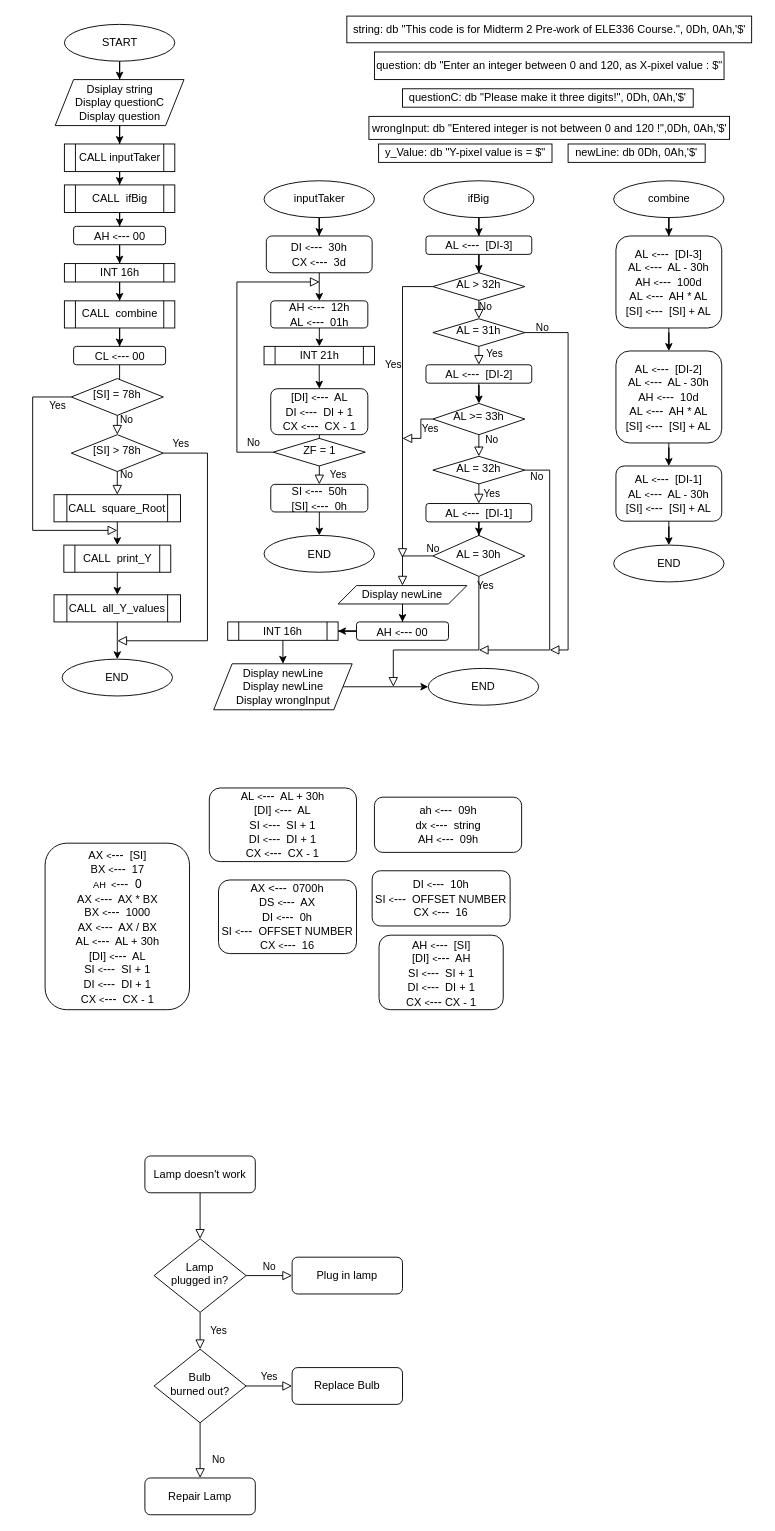
The draw.io diagram micro_mt2_1.drawio in mmuurraatt/My-Projects-On-Github, before the edit. Source tidied: cells renumbered, new cells numbered last; positions are measured from the earlier drawing's top-left corner, leaving out a move shared by most shapes. Both pictures are drawn from the tidied source at 92%, with x=0, y=0 at pixel (32, 16).
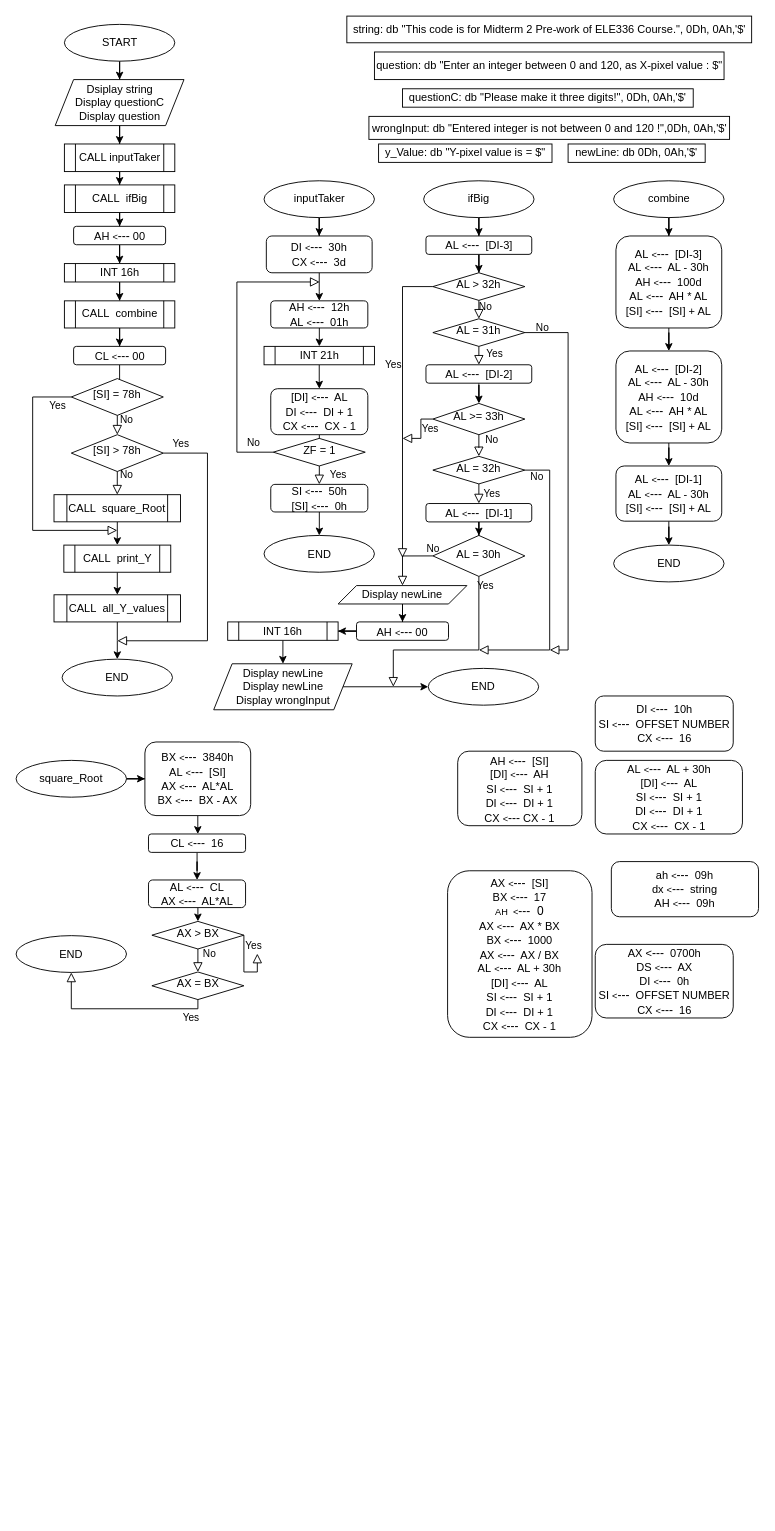
The same page after the edit.

The edit, as a diff of the source:
```diff
@@
-    <mxCell id="2" style="rounded=0;html=1;jettySize=auto;fontSize=11;endArrow=block;endFill=0;endSize=8;strokeWidth=1;shadow=0;labelBackgroundColor=none;edgeStyle=orthogonalEdgeStyle;" parent="1" edge="1" source="3" target="6">
-      <mxGeometry relative="1" as="geometry" />
-    </mxCell>
-    <mxCell id="3" value="Lamp doesn't work" style="rounded=1;whiteSpace=wrap;html=1;fontSize=12;glass=0;strokeWidth=1;shadow=0;" parent="1" vertex="1">
-      <mxGeometry x="122" y="1239" width="120" height="40" as="geometry" />
-    </mxCell>
-    <mxCell id="4" value="Yes" style="rounded=0;html=1;jettySize=auto;fontSize=11;endArrow=block;endFill=0;endSize=8;strokeWidth=1;shadow=0;labelBackgroundColor=none;edgeStyle=orthogonalEdgeStyle;" parent="1" edge="1" source="6" target="10">
-      <mxGeometry y="20" relative="1" as="geometry" />
-    </mxCell>
-    <mxCell id="5" value="No" style="edgeStyle=orthogonalEdgeStyle;rounded=0;html=1;jettySize=auto;fontSize=11;endArrow=block;endFill=0;endSize=8;strokeWidth=1;shadow=0;labelBackgroundColor=none;" parent="1" edge="1" source="6" target="7">
-      <mxGeometry y="10" relative="1" as="geometry" />
-    </mxCell>
-    <mxCell id="6" value="Lamp&lt;br&gt;plugged in?" style="rhombus;whiteSpace=wrap;html=1;shadow=0;fontFamily=Helvetica;fontSize=12;align=center;strokeWidth=1;spacing=6;spacingTop=-4;" parent="1" vertex="1">
-      <mxGeometry x="132" y="1329" width="100" height="80" as="geometry" />
-    </mxCell>
-    <mxCell id="7" value="Plug in lamp" style="rounded=1;whiteSpace=wrap;html=1;fontSize=12;glass=0;strokeWidth=1;shadow=0;" parent="1" vertex="1">
-      <mxGeometry x="282" y="1349" width="120" height="40" as="geometry" />
-    </mxCell>
-    <mxCell id="8" value="No" style="rounded=0;html=1;jettySize=auto;fontSize=11;endArrow=block;endFill=0;endSize=8;strokeWidth=1;shadow=0;labelBackgroundColor=none;edgeStyle=orthogonalEdgeStyle;" parent="1" edge="1" source="10" target="11">
-      <mxGeometry x="0.33" y="20" relative="1" as="geometry" />
-    </mxCell>
-    <mxCell id="9" value="Yes" style="edgeStyle=orthogonalEdgeStyle;rounded=0;html=1;jettySize=auto;fontSize=11;endArrow=block;endFill=0;endSize=8;strokeWidth=1;shadow=0;labelBackgroundColor=none;" parent="1" edge="1" source="10" target="12">
-      <mxGeometry y="10" relative="1" as="geometry" />
-    </mxCell>
-    <mxCell id="10" value="Bulb&lt;br&gt;burned out?" style="rhombus;whiteSpace=wrap;html=1;shadow=0;fontFamily=Helvetica;fontSize=12;align=center;strokeWidth=1;spacing=6;spacingTop=-4;" parent="1" vertex="1">
-      <mxGeometry x="132" y="1449" width="100" height="80" as="geometry" />
-    </mxCell>
-    <mxCell id="11" value="Repair Lamp" style="rounded=1;whiteSpace=wrap;html=1;fontSize=12;glass=0;strokeWidth=1;shadow=0;" parent="1" vertex="1">
-      <mxGeometry x="122" y="1589" width="120" height="40" as="geometry" />
-    </mxCell>
-    <mxCell id="12" value="Replace Bulb" style="rounded=1;whiteSpace=wrap;html=1;fontSize=12;glass=0;strokeWidth=1;shadow=0;" parent="1" vertex="1">
-      <mxGeometry x="282" y="1469" width="120" height="40" as="geometry" />
-    </mxCell>
     <mxCell id="13" value="AX &lt;font&gt;&lt;font style=&quot;font-size: 12px&quot;&gt;&amp;lt;&lt;/font&gt;&lt;span style=&quot;font-size: 13px&quot;&gt;---&lt;/span&gt;&lt;/font&gt;&amp;nbsp; 0700h&lt;br&gt;DS&amp;nbsp;&lt;font style=&quot;font-size: 10px&quot;&gt;&amp;lt;&lt;/font&gt;&lt;font style=&quot;font-size: 13px&quot;&gt;---&lt;/font&gt;&amp;nbsp; AX&lt;br&gt;DI&amp;nbsp;&lt;font style=&quot;font-size: 10px&quot;&gt;&amp;lt;&lt;/font&gt;&lt;font style=&quot;font-size: 13px&quot;&gt;---&lt;/font&gt;&amp;nbsp; 0h&lt;br&gt;SI&amp;nbsp;&lt;font style=&quot;font-size: 10px&quot;&gt;&amp;lt;&lt;/font&gt;&lt;font style=&quot;font-size: 13px&quot;&gt;---&lt;/font&gt;&amp;nbsp; OFFSET NUMBER&lt;br&gt;CX&amp;nbsp;&lt;font style=&quot;font-size: 10px&quot;&gt;&amp;lt;&lt;/font&gt;&lt;font style=&quot;font-size: 13px&quot;&gt;---&lt;/font&gt;&amp;nbsp; 16" style="rounded=1;whiteSpace=wrap;html=1;fontSize=12;glass=0;strokeWidth=1;shadow=0;" parent="1" vertex="1">
-      <mxGeometry x="202" y="939" width="150" height="80" as="geometry" />
+      <mxGeometry x="611.5" y="1009" width="150" height="80" as="geometry" />
     </mxCell>
@@
     <mxCell id="17" value="&lt;span&gt;ah&amp;nbsp;&lt;/span&gt;&lt;font style=&quot;font-size: 10px&quot;&gt;&amp;lt;&lt;/font&gt;&lt;font style=&quot;font-size: 13px&quot;&gt;---&lt;/font&gt;&lt;span&gt;&amp;nbsp; 09h&lt;/span&gt;&lt;br&gt;&lt;span&gt;dx&amp;nbsp;&lt;/span&gt;&lt;font style=&quot;font-size: 10px&quot;&gt;&amp;lt;&lt;/font&gt;&lt;font style=&quot;font-size: 13px&quot;&gt;---&lt;/font&gt;&lt;span&gt;&amp;nbsp; string&lt;/span&gt;&lt;br&gt;&lt;span&gt;AH&amp;nbsp;&lt;/span&gt;&lt;font style=&quot;font-size: 10px&quot;&gt;&amp;lt;&lt;/font&gt;&lt;font style=&quot;font-size: 13px&quot;&gt;---&lt;/font&gt;&lt;span&gt;&amp;nbsp; 09h&lt;/span&gt;" style="rounded=1;whiteSpace=wrap;html=1;fontSize=12;glass=0;strokeWidth=1;shadow=0;" parent="1" vertex="1">
-      <mxGeometry x="371.5" y="849" width="160" height="60" as="geometry" />
+      <mxGeometry x="629" y="919" width="160" height="60" as="geometry" />
     </mxCell>
     <mxCell id="18" value="AH&amp;nbsp;&lt;font style=&quot;font-size: 10px&quot;&gt;&amp;lt;&lt;/font&gt;&lt;font style=&quot;font-size: 13px&quot;&gt;---&lt;/font&gt;&amp;nbsp; [SI]&lt;br&gt;[DI]&amp;nbsp;&lt;font style=&quot;font-size: 10px&quot;&gt;&amp;lt;&lt;/font&gt;&lt;font style=&quot;font-size: 13px&quot;&gt;---&lt;/font&gt;&amp;nbsp; AH&lt;br&gt;SI&amp;nbsp;&lt;font style=&quot;font-size: 10px&quot;&gt;&amp;lt;&lt;/font&gt;&lt;font style=&quot;font-size: 13px&quot;&gt;---&lt;/font&gt;&amp;nbsp; SI + 1&lt;br&gt;DI&amp;nbsp;&lt;font style=&quot;font-size: 10px&quot;&gt;&amp;lt;&lt;/font&gt;&lt;font style=&quot;font-size: 13px&quot;&gt;---&lt;/font&gt;&amp;nbsp; DI + 1&lt;br&gt;CX&amp;nbsp;&lt;font style=&quot;font-size: 10px&quot;&gt;&amp;lt;&lt;/font&gt;&lt;font style=&quot;font-size: 13px&quot;&gt;---&lt;/font&gt;&amp;nbsp;CX - 1" style="rounded=1;whiteSpace=wrap;html=1;fontSize=12;glass=0;strokeWidth=1;shadow=0;" parent="1" vertex="1">
-      <mxGeometry x="376.5" y="999" width="135" height="81" as="geometry" />
+      <mxGeometry x="462" y="799" width="135" height="81" as="geometry" />
     </mxCell>
     <mxCell id="19" value="DI&amp;nbsp;&lt;font style=&quot;font-size: 10px&quot;&gt;&amp;lt;&lt;/font&gt;&lt;font style=&quot;font-size: 13px&quot;&gt;---&lt;/font&gt;&amp;nbsp; 10h&lt;br&gt;SI&amp;nbsp;&lt;font style=&quot;font-size: 10px&quot;&gt;&amp;lt;&lt;/font&gt;&lt;font style=&quot;font-size: 13px&quot;&gt;---&lt;/font&gt;&amp;nbsp; OFFSET NUMBER&lt;br&gt;CX&amp;nbsp;&lt;font style=&quot;font-size: 10px&quot;&gt;&amp;lt;&lt;/font&gt;&lt;font style=&quot;font-size: 13px&quot;&gt;---&lt;/font&gt;&amp;nbsp; 16" style="rounded=1;whiteSpace=wrap;html=1;fontSize=12;glass=0;strokeWidth=1;shadow=0;" parent="1" vertex="1">
-      <mxGeometry x="369" y="929" width="150" height="60" as="geometry" />
+      <mxGeometry x="611.5" y="739" width="150" height="60" as="geometry" />
     </mxCell>
@@
     <mxCell id="21" value="AX&amp;nbsp;&lt;font style=&quot;font-size: 10px&quot;&gt;&amp;lt;&lt;/font&gt;&lt;font style=&quot;font-size: 13px&quot;&gt;---&lt;/font&gt;&amp;nbsp; [SI]&lt;br&gt;BX&amp;nbsp;&lt;font style=&quot;font-size: 10px&quot;&gt;&amp;lt;&lt;/font&gt;&lt;font style=&quot;font-size: 13px&quot;&gt;---&lt;/font&gt;&amp;nbsp; 17&lt;br&gt;&lt;font style=&quot;font-size: 10px&quot;&gt;AH&amp;nbsp; &amp;lt;&lt;/font&gt;&lt;font style=&quot;font-size: 13px&quot;&gt;---&amp;nbsp; 0&lt;/font&gt;&lt;br&gt;AX&amp;nbsp;&lt;font style=&quot;font-size: 10px&quot;&gt;&amp;lt;&lt;/font&gt;&lt;font style=&quot;font-size: 13px&quot;&gt;---&lt;/font&gt;&amp;nbsp; AX * BX&lt;br&gt;BX&amp;nbsp;&lt;font style=&quot;font-size: 10px&quot;&gt;&amp;lt;&lt;/font&gt;&lt;font style=&quot;font-size: 13px&quot;&gt;---&lt;/font&gt;&amp;nbsp; 1000&lt;br&gt;AX&amp;nbsp;&lt;font style=&quot;font-size: 10px&quot;&gt;&amp;lt;&lt;/font&gt;&lt;font style=&quot;font-size: 13px&quot;&gt;---&lt;/font&gt;&amp;nbsp; AX / BX&lt;br&gt;AL&amp;nbsp;&lt;font style=&quot;font-size: 10px&quot;&gt;&amp;lt;&lt;/font&gt;&lt;font style=&quot;font-size: 13px&quot;&gt;---&lt;/font&gt;&amp;nbsp; AL + 30h&lt;br&gt;[DI]&amp;nbsp;&lt;font style=&quot;font-size: 10px&quot;&gt;&amp;lt;&lt;/font&gt;&lt;font style=&quot;font-size: 13px&quot;&gt;---&lt;/font&gt;&amp;nbsp; AL&lt;br&gt;SI&amp;nbsp;&lt;font style=&quot;font-size: 10px&quot;&gt;&amp;lt;&lt;/font&gt;&lt;font style=&quot;font-size: 13px&quot;&gt;---&lt;/font&gt;&amp;nbsp; SI + 1&lt;br&gt;DI&amp;nbsp;&lt;font style=&quot;font-size: 10px&quot;&gt;&amp;lt;&lt;/font&gt;&lt;font style=&quot;font-size: 13px&quot;&gt;---&lt;/font&gt;&amp;nbsp; DI + 1&lt;br&gt;CX&amp;nbsp;&lt;font style=&quot;font-size: 10px&quot;&gt;&amp;lt;&lt;/font&gt;&lt;font style=&quot;font-size: 13px&quot;&gt;---&lt;/font&gt;&amp;nbsp; CX - 1" style="rounded=1;whiteSpace=wrap;html=1;fontSize=12;glass=0;strokeWidth=1;shadow=0;" parent="1" vertex="1">
-      <mxGeometry x="13.5" y="899" width="157" height="181" as="geometry" />
+      <mxGeometry x="451" y="929" width="157" height="181" as="geometry" />
     </mxCell>
     <mxCell id="22" value="&lt;span style=&quot;font-size: 12px&quot;&gt;AL&amp;nbsp;&lt;/span&gt;&lt;font style=&quot;font-size: 10px&quot;&gt;&amp;lt;&lt;/font&gt;&lt;font&gt;---&lt;/font&gt;&lt;span style=&quot;font-size: 12px&quot;&gt;&amp;nbsp; AL + 30h&lt;/span&gt;&lt;br style=&quot;font-size: 12px&quot;&gt;&lt;span style=&quot;font-size: 12px&quot;&gt;[DI]&amp;nbsp;&lt;/span&gt;&lt;font style=&quot;font-size: 10px&quot;&gt;&amp;lt;&lt;/font&gt;&lt;font&gt;---&lt;/font&gt;&lt;span style=&quot;font-size: 12px&quot;&gt;&amp;nbsp; AL&lt;/span&gt;&lt;br style=&quot;font-size: 12px&quot;&gt;&lt;span style=&quot;font-size: 12px&quot;&gt;SI&amp;nbsp;&lt;/span&gt;&lt;font style=&quot;font-size: 10px&quot;&gt;&amp;lt;&lt;/font&gt;&lt;font&gt;---&lt;/font&gt;&lt;span style=&quot;font-size: 12px&quot;&gt;&amp;nbsp; SI + 1&lt;/span&gt;&lt;br style=&quot;font-size: 12px&quot;&gt;&lt;span style=&quot;font-size: 12px&quot;&gt;DI&amp;nbsp;&lt;/span&gt;&lt;font style=&quot;font-size: 10px&quot;&gt;&amp;lt;&lt;/font&gt;&lt;font&gt;---&lt;/font&gt;&lt;span style=&quot;font-size: 12px&quot;&gt;&amp;nbsp; DI + 1&lt;/span&gt;&lt;br style=&quot;font-size: 12px&quot;&gt;&lt;span style=&quot;font-size: 12px&quot;&gt;CX&amp;nbsp;&lt;/span&gt;&lt;font style=&quot;font-size: 10px&quot;&gt;&amp;lt;&lt;/font&gt;&lt;font&gt;---&lt;/font&gt;&lt;span style=&quot;font-size: 12px&quot;&gt;&amp;nbsp; CX - 1&lt;/span&gt;" style="rounded=1;whiteSpace=wrap;html=1;fontSize=13;" parent="1" vertex="1">
-      <mxGeometry x="192" y="839" width="160" height="80" as="geometry" />
+      <mxGeometry x="611.5" y="809" width="160" height="80" as="geometry" />
     </mxCell>
@@
+    <mxCell id="113" style="edgeStyle=orthogonalEdgeStyle;rounded=0;jettySize=auto;html=1;" parent="1" edge="1" source="114" target="116">
+      <mxGeometry relative="1" as="geometry" />
+    </mxCell>
+    <mxCell id="114" value="square_Root" style="ellipse;whiteSpace=wrap;html=1;" parent="1" vertex="1">
+      <mxGeometry x="-18" y="809" width="120" height="40" as="geometry" />
+    </mxCell>
+    <mxCell id="115" style="edgeStyle=orthogonalEdgeStyle;rounded=0;jettySize=auto;html=1;" parent="1" edge="1" source="116" target="118">
+      <mxGeometry relative="1" as="geometry" />
+    </mxCell>
+    <mxCell id="116" value="BX&amp;nbsp;&lt;font style=&quot;font-size: 10px&quot;&gt;&amp;lt;&lt;/font&gt;&lt;font style=&quot;font-size: 13px&quot;&gt;---&lt;/font&gt;&amp;nbsp; 3840h&lt;br&gt;AL&amp;nbsp;&lt;font style=&quot;font-size: 10px&quot;&gt;&amp;lt;&lt;/font&gt;&lt;font style=&quot;font-size: 13px&quot;&gt;---&lt;/font&gt;&amp;nbsp; [SI]&lt;br&gt;AX&amp;nbsp;&lt;font style=&quot;font-size: 10px&quot;&gt;&amp;lt;&lt;/font&gt;&lt;font style=&quot;font-size: 13px&quot;&gt;---&lt;/font&gt;&amp;nbsp; AL*AL&lt;br&gt;BX&amp;nbsp;&lt;font style=&quot;font-size: 10px&quot;&gt;&amp;lt;&lt;/font&gt;&lt;font style=&quot;font-size: 13px&quot;&gt;---&lt;/font&gt;&amp;nbsp; BX - AX" style="rounded=1;whiteSpace=wrap;html=1;fontSize=12;glass=0;strokeWidth=1;shadow=0;" parent="1" vertex="1">
+      <mxGeometry x="122" y="789" width="115" height="80" as="geometry" />
+    </mxCell>
+    <mxCell id="117" style="edgeStyle=orthogonalEdgeStyle;rounded=0;jettySize=auto;html=1;" parent="1" edge="1" source="118" target="123">
+      <mxGeometry relative="1" as="geometry" />
+    </mxCell>
+    <mxCell id="118" value="CL&amp;nbsp;&lt;font style=&quot;font-size: 10px&quot;&gt;&amp;lt;&lt;/font&gt;&lt;font style=&quot;font-size: 13px&quot;&gt;---&lt;/font&gt;&amp;nbsp; 16&lt;br&gt;" style="rounded=1;whiteSpace=wrap;html=1;fontSize=12;glass=0;strokeWidth=1;shadow=0;" parent="1" vertex="1">
+      <mxGeometry x="125.9" y="889" width="105.5" height="20" as="geometry" />
+    </mxCell>
+    <mxCell id="119" value="AX &amp;gt; BX" style="rhombus;whiteSpace=wrap;html=1;shadow=0;fontFamily=Helvetica;fontSize=12;align=center;strokeWidth=1;spacing=6;spacingTop=-4;" parent="1" vertex="1">
+      <mxGeometry x="129.6" y="984" width="100" height="30" as="geometry" />
+    </mxCell>
+    <mxCell id="120" value="No" style="rounded=0;html=1;jettySize=auto;fontSize=11;endArrow=block;endFill=0;endSize=8;strokeWidth=1;shadow=0;labelBackgroundColor=none;edgeStyle=orthogonalEdgeStyle;exitX=0.5;exitY=1;exitDx=0;exitDy=0;entryX=0.5;entryY=0;entryDx=0;entryDy=0;" parent="1" edge="1" source="119" target="124">
+      <mxGeometry x="-0.6" y="12" relative="1" as="geometry">
+        <Array as="points">
+          <mxPoint x="179.4" y="1029" />
+          <mxPoint x="179.4" y="1029" />
+        </Array>
+      </mxGeometry>
+    </mxCell>
+    <mxCell id="121" value="END" style="ellipse;whiteSpace=wrap;html=1;" parent="1" vertex="1">
+      <mxGeometry x="-18" y="999.5" width="120" height="40" as="geometry" />
+    </mxCell>
+    <mxCell id="122" style="edgeStyle=orthogonalEdgeStyle;rounded=0;jettySize=auto;html=1;entryX=0.5;entryY=0;entryDx=0;entryDy=0;" parent="1" edge="1" source="123" target="119">
+      <mxGeometry relative="1" as="geometry">
+        <Array as="points">
+          <mxPoint x="178.4" y="984" />
+        </Array>
+      </mxGeometry>
+    </mxCell>
+    <mxCell id="123" value="AL&amp;nbsp;&lt;font style=&quot;font-size: 10px&quot;&gt;&amp;lt;&lt;/font&gt;&lt;font style=&quot;font-size: 13px&quot;&gt;---&lt;/font&gt;&amp;nbsp; CL&lt;br&gt;AX&amp;nbsp;&lt;font style=&quot;font-size: 10px&quot;&gt;&amp;lt;&lt;/font&gt;&lt;font style=&quot;font-size: 13px&quot;&gt;---&lt;/font&gt;&amp;nbsp; AL*AL" style="rounded=1;whiteSpace=wrap;html=1;fontSize=12;glass=0;strokeWidth=1;shadow=0;" parent="1" vertex="1">
+      <mxGeometry x="125.9" y="939" width="105.5" height="30" as="geometry" />
+    </mxCell>
+    <mxCell id="124" value="AX = BX" style="rhombus;whiteSpace=wrap;html=1;shadow=0;fontFamily=Helvetica;fontSize=12;align=center;strokeWidth=1;spacing=6;spacingTop=-4;" parent="1" vertex="1">
+      <mxGeometry x="129.6" y="1039" width="100" height="30" as="geometry" />
+    </mxCell>
+    <mxCell id="125" value="Yes" style="rounded=0;html=1;jettySize=auto;fontSize=11;endArrow=block;endFill=0;endSize=8;strokeWidth=1;shadow=0;labelBackgroundColor=none;edgeStyle=orthogonalEdgeStyle;exitX=1;exitY=0.5;exitDx=0;exitDy=0;" parent="1" edge="1" source="119">
+      <mxGeometry x="-0.67" y="10" relative="1" as="geometry">
+        <mxPoint x="244.2" y="1019" as="targetPoint" />
+        <Array as="points">
+          <mxPoint x="244.2" y="1039" />
+        </Array>
+      </mxGeometry>
+    </mxCell>
+    <mxCell id="126" value="Yes" style="rounded=0;html=1;jettySize=auto;fontSize=11;endArrow=block;endFill=0;endSize=8;strokeWidth=1;shadow=0;labelBackgroundColor=none;edgeStyle=orthogonalEdgeStyle;exitX=0.5;exitY=1;exitDx=0;exitDy=0;entryX=0.5;entryY=1;entryDx=0;entryDy=0;" parent="1" edge="1" source="124" target="121">
+      <mxGeometry x="-0.81" y="10" relative="1" as="geometry">
+        <Array as="points">
+          <mxPoint x="180" y="1079" />
+          <mxPoint x="42" y="1079" />
+        </Array>
+      </mxGeometry>
+    </mxCell>
```
